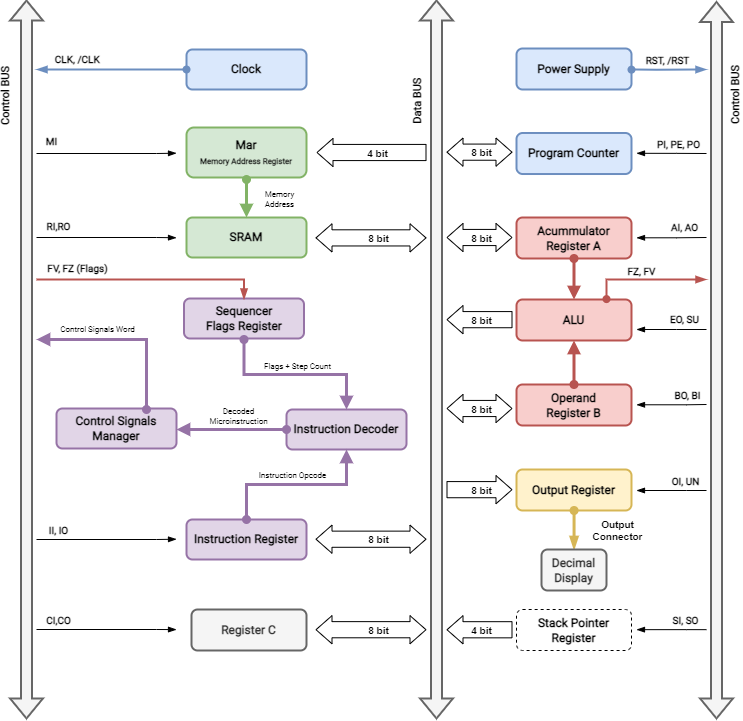
mylabpcb/myCPU keeps this draw.io diagram as img/mycpu/diagrams/myCPU_modules_draw.png. Above is the earlier version. Source tidied: cells renumbered, new cells last; positions are measured from the earlier drawing's top-left corner, leaving out a move shared by most shapes.
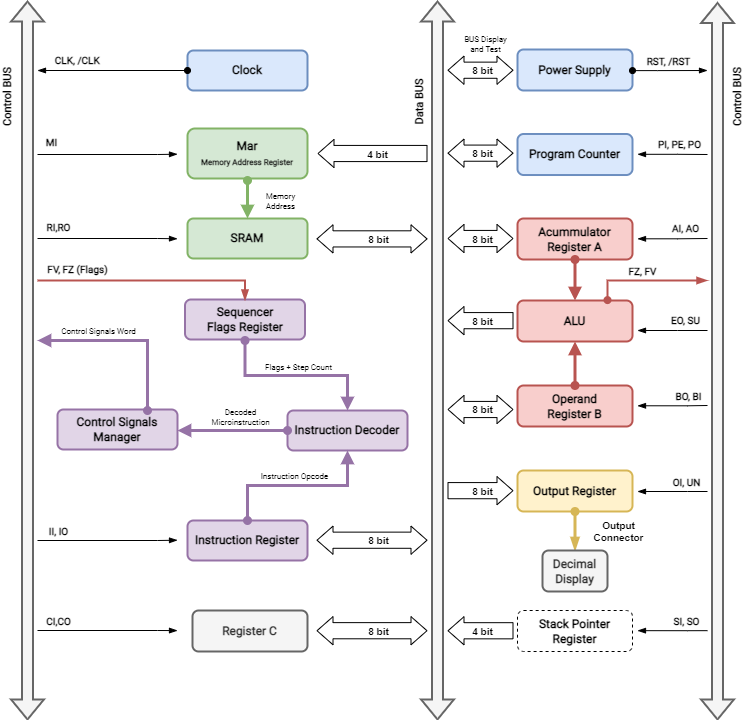
After the change.

What changed in the source:
```diff
@@ -29,7 +29,7 @@
     <mxCell id="10" value="Acummulator&lt;br&gt;Register A" style="rounded=1;whiteSpace=wrap;html=1;fontSize=12;glass=0;strokeWidth=2;shadow=0;fontFamily=Roboto;fillColor=#f8cecc;strokeColor=#b85450;fontStyle=1;fontSource=https%3A%2F%2Ffonts.googleapis.com%2Fcss%3Ffamily%3DRoboto;" parent="1" vertex="1">
       <mxGeometry x="490" y="218" width="115" height="41" as="geometry" />
     </mxCell>
-    <mxCell id="11" style="edgeStyle=orthogonalEdgeStyle;rounded=0;orthogonalLoop=1;jettySize=auto;html=1;strokeWidth=2;startArrow=oval;startFill=1;endArrow=blockThin;endFill=1;fillColor=#dae8fc;strokeColor=#6c8ebf;" parent="1" edge="1">
+    <mxCell id="11" style="edgeStyle=orthogonalEdgeStyle;rounded=0;orthogonalLoop=1;jettySize=auto;html=1;strokeWidth=1;startArrow=oval;startFill=1;endArrow=blockThin;endFill=1;" parent="1" edge="1">
       <mxGeometry relative="1" as="geometry">
         <mxPoint x="605" y="70.1" as="sourcePoint" />
         <mxPoint x="680" y="70" as="targetPoint" />
@@ -77,7 +77,7 @@
         <mxPoint x="-19" y="-222" as="offset" />
       </mxGeometry>
     </mxCell>
-    <mxCell id="19" style="edgeStyle=orthogonalEdgeStyle;rounded=0;orthogonalLoop=1;jettySize=auto;html=1;fontFamily=Verdana;fontSize=8;startArrow=oval;startFill=1;endArrow=blockThin;endFill=1;strokeWidth=2;fillColor=#dae8fc;strokeColor=#6c8ebf;" parent="1" edge="1">
+    <mxCell id="19" style="edgeStyle=orthogonalEdgeStyle;rounded=0;orthogonalLoop=1;jettySize=auto;html=1;fontFamily=Verdana;fontSize=8;startArrow=oval;startFill=1;endArrow=blockThin;endFill=1;strokeWidth=1;" parent="1" edge="1">
       <mxGeometry relative="1" as="geometry">
         <mxPoint x="160" y="70" as="sourcePoint" />
         <mxPoint x="10" y="70" as="targetPoint" />
@@ -125,6 +125,10 @@
     <mxCell id="27" style="edgeStyle=orthogonalEdgeStyle;rounded=0;jettySize=auto;html=1;startArrow=oval;fillColor=#d5e8d4;strokeColor=#82b366;entryX=0.5;entryY=0;entryDx=0;entryDy=0;strokeWidth=3;endArrow=block;endFill=1;startFill=1;" parent="1" edge="1" target="26">
       <mxGeometry relative="1" as="geometry">
         <mxPoint x="220" y="180" as="sourcePoint" />
+        <Array as="points">
+          <mxPoint x="220" y="218" />
+          <mxPoint x="220" y="218" />
+        </Array>
       </mxGeometry>
     </mxCell>
     <mxCell id="28" value="Memory&lt;br&gt;Address" style="edgeLabel;html=1;align=center;verticalAlign=middle;fontSize=8;fontFamily=Roboto;fontSource=https%3A%2F%2Ffonts.googleapis.com%2Fcss%3Ffamily%3DRoboto;" parent="27" vertex="1">
@@ -483,5 +487,21 @@
         <mxPoint x="37" y="-9" as="offset" />
       </mxGeometry>
     </mxCell>
+    <mxCell id="86" style="endArrow=blockThin;html=1;rounded=0;strokeWidth=1;startArrow=blockThin;startFill=1;endFill=1;shape=flexArrow;endSize=5;startSize=5;sketch=0;targetPerimeterSpacing=0;shadow=0;endWidth=10.961538461538462;startWidth=10.961538461538462;width=16.153846153846153;" parent="1" edge="1">
+      <mxGeometry relative="1" as="geometry">
+        <mxPoint x="486" y="69.7" as="sourcePoint" />
+        <mxPoint x="420" y="69.7" as="targetPoint" />
+      </mxGeometry>
+    </mxCell>
+    <mxCell id="87" value="8 bit" style="edgeLabel;html=1;align=center;verticalAlign=middle;fontSize=10;fontStyle=1;" parent="86" vertex="1">
+      <mxGeometry x="-0.5" relative="1" as="geometry">
+        <mxPoint x="-15" as="offset" />
+      </mxGeometry>
+    </mxCell>
+    <mxCell id="88" value="BUS Display&lt;br&gt;and Test" style="edgeLabel;html=1;align=center;verticalAlign=middle;fontSize=8;fontFamily=Roboto;fontSource=https%3A%2F%2Ffonts.googleapis.com%2Fcss%3Ffamily%3DRoboto;" parent="1" vertex="1">
+      <mxGeometry x="459" y="40" as="geometry">
+        <mxPoint x="-2" y="4" as="offset" />
+      </mxGeometry>
+    </mxCell>
   </root>
 </mxGraphModel>
```
